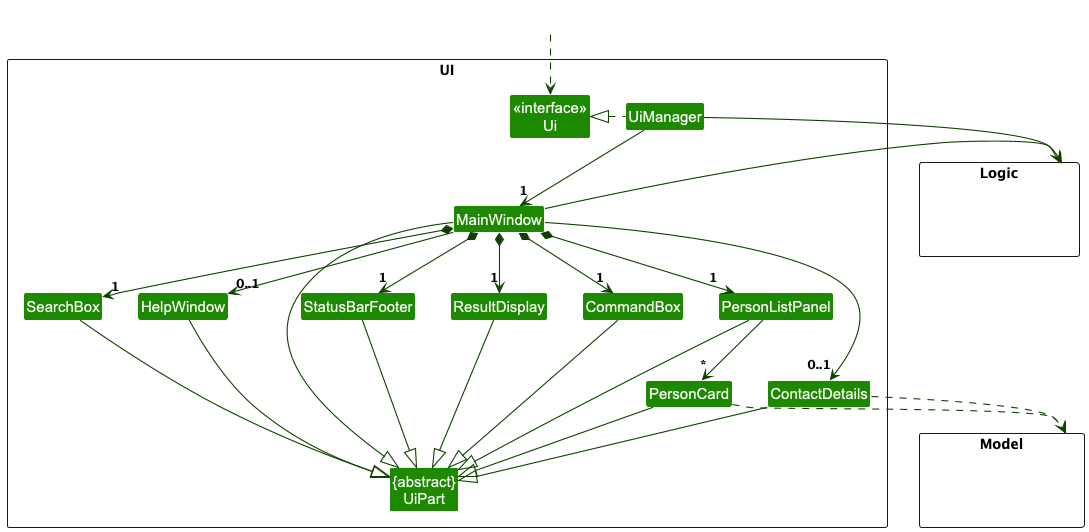
The PlantUML diagram docs/images/UiClassDiagram.png in nus-cs2103-AY2425S1/tp, before a commit.
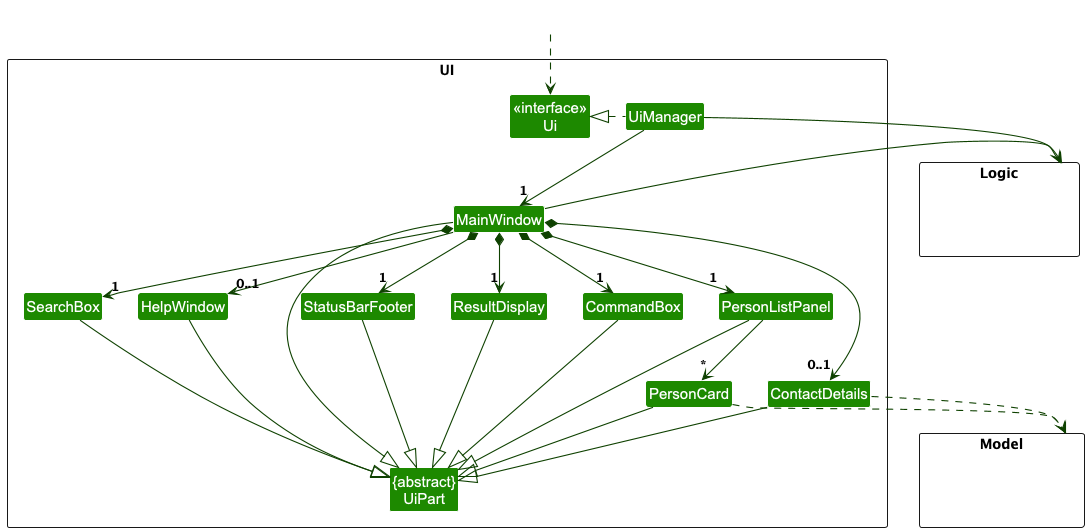
After the commit.

Commit message:
Fix ContactDetails to have composition from MainWindow

What changed in the source:
```diff
@@ -39,7 +39,7 @@
 MainWindow *-down-> "1" PersonListPanel
 MainWindow *-down-> "1" StatusBarFooter
 MainWindow -down-> "0..1" HelpWindow
-MainWindow -down-> "0..1" ContactDetails
+MainWindow *-down-> "0..1" ContactDetails
 
 PersonListPanel -down-> "*" PersonCard
 
```
